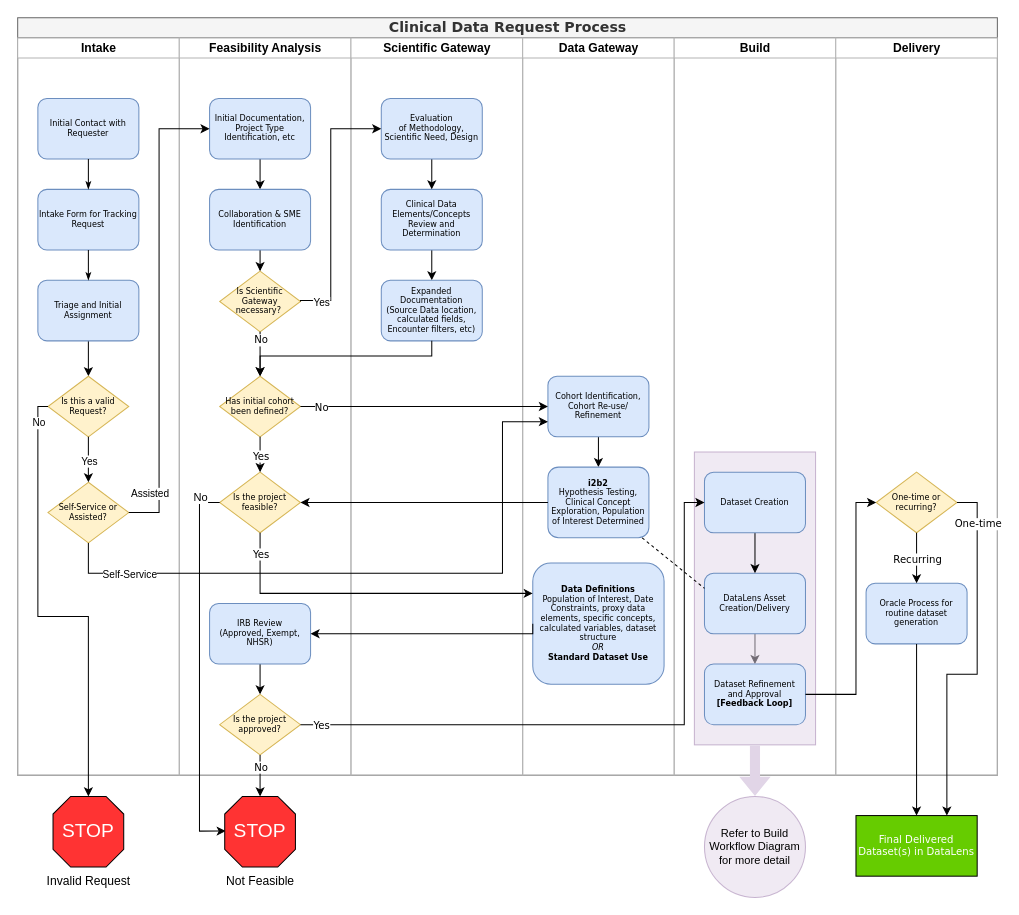
Earlier version of the draw.io diagram page "Overall Workflow" (1 of 5) of Clinical Data Request.drawio (ntimkovich/UAB-II-Diagrams). Source tidied: cells renumbered, new cells numbered last; positions are measured from the earlier drawing's top-left corner, leaving out a move shared by most shapes. Both pictures are drawn from the tidied source at 101%, with x=0, y=0 at pixel (17, 17).
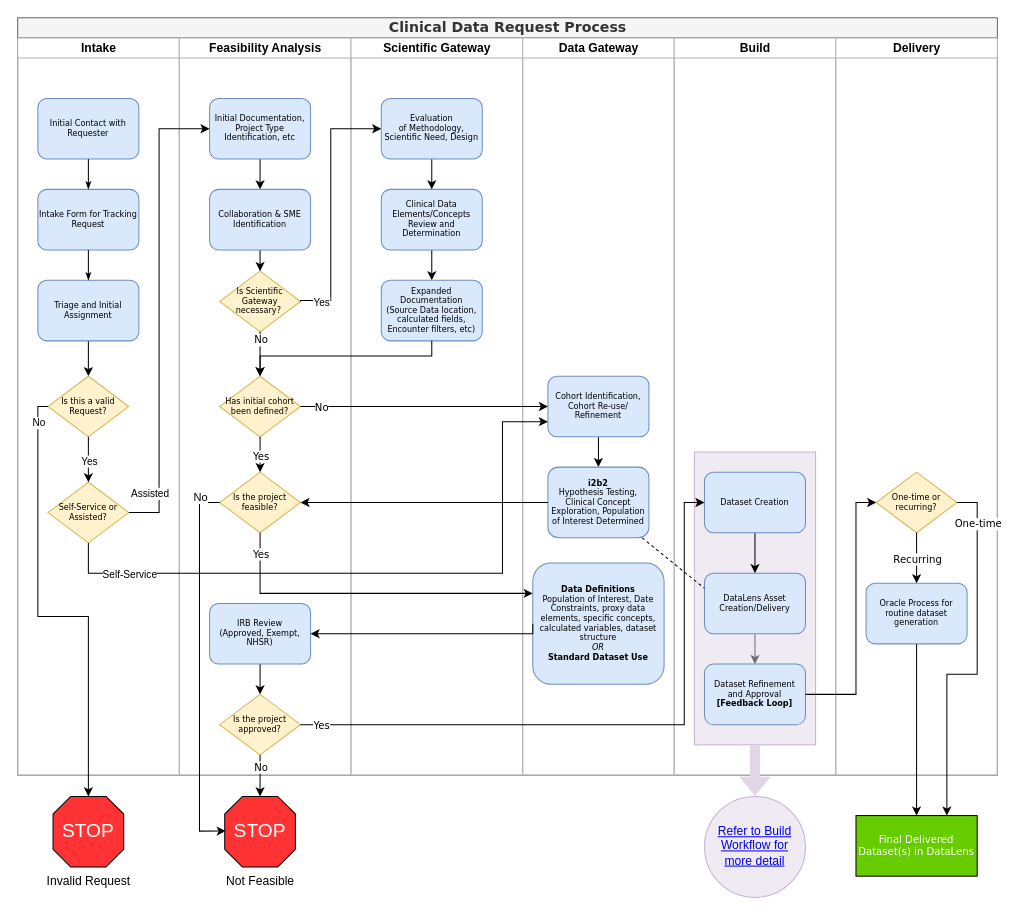
The same page after the edit.

Commit message:
Added Assisted Custom Workflow

What changed in the source:
```diff
@@
+    <mxCell id="87" style="group;" parent="1" vertex="1">
+      <mxGeometry x="680" y="771" width="100" height="100" as="geometry" />
+    </mxCell>
-    <mxCell id="86" value="Refer to Build Workflow Diagram for more detail" style="ellipse;whiteSpace=wrap;html=1;fontSize=11;fillColor=#e1d5e7;opacity=50;strokeColor=#9673a6;" parent="1" vertex="1">
-      <mxGeometry x="680" y="771" width="100" height="100" as="geometry" />
+    <mxCell id="86" style="ellipse;whiteSpace=wrap;html=1;fontSize=11;fillColor=#e1d5e7;opacity=50;strokeColor=#9673a6;" parent="87" vertex="1">
+      <mxGeometry width="100" height="100" as="geometry" />
     </mxCell>
+    <mxCell id="88" value="Refer to Build Workflow for more detail" style="text;html=1;strokeColor=none;fillColor=none;whiteSpace=wrap;align=center;verticalAlign=middle;fontColor=#0000EE;fontStyle=4;" parent="87" vertex="1">
+      <mxGeometry x="10" y="29" width="80" height="40" as="geometry" />
+    </mxCell>
```
